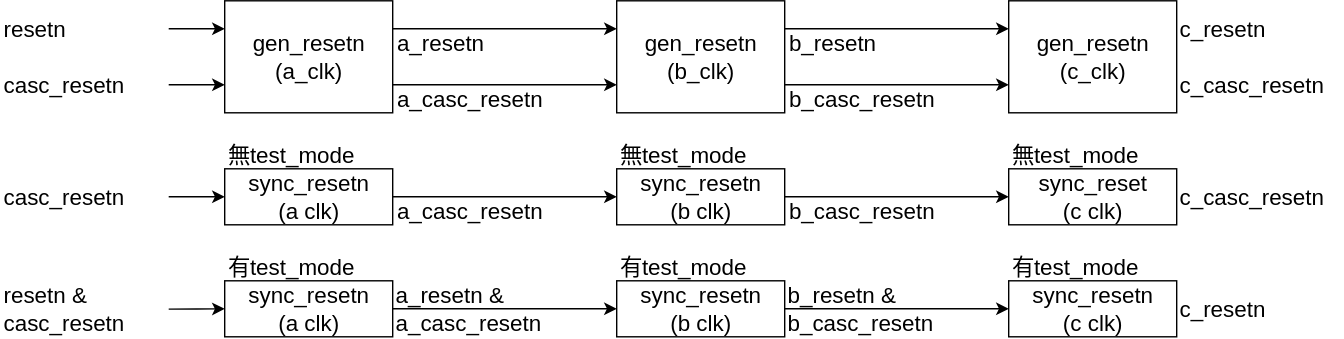
The draw.io diagram de/platform_clk_resetn_gen/sync_resetn/include/resetn_tree.svg in jnjnliwenjie0022/obs, before a commit. Source tidied: cells renumbered, new cells last; positions are measured from the earlier drawing's top-left corner, leaving out a move shared by most shapes. Source of this version:
```xml
<mxGraphModel background="#ffffff">
  <root>
    <mxCell id="0" />
    <mxCell id="1" parent="0" />
    <mxCell id="2" value="gen_resetn&lt;div&gt;(a_clk)&lt;/div&gt;" style="rounded=0;whiteSpace=wrap;html=1;fontSize=16;" parent="1" vertex="1">
      <mxGeometry x="160" width="120" height="80" as="geometry" />
    </mxCell>
    <mxCell id="3" value="gen_resetn&lt;div&gt;(b_clk)&lt;/div&gt;" style="rounded=0;whiteSpace=wrap;html=1;fontSize=16;" parent="1" vertex="1">
      <mxGeometry x="440" width="120" height="80" as="geometry" />
    </mxCell>
    <mxCell id="4" value="gen_resetn&lt;div&gt;(c_clk)&lt;/div&gt;" style="rounded=0;whiteSpace=wrap;html=1;fontSize=16;" parent="1" vertex="1">
      <mxGeometry x="720" width="120" height="80" as="geometry" />
    </mxCell>
    <mxCell id="5" value="sync_resetn&lt;div&gt;(a clk)&lt;/div&gt;" style="rounded=0;whiteSpace=wrap;html=1;fontSize=16;" parent="1" vertex="1">
      <mxGeometry x="160" y="120" width="120" height="40" as="geometry" />
    </mxCell>
    <mxCell id="6" style="edgeStyle=orthogonalEdgeStyle;rounded=0;jettySize=auto;html=1;" parent="1" edge="1" source="7">
      <mxGeometry relative="1" as="geometry">
        <mxPoint x="160" y="20" as="targetPoint" />
      </mxGeometry>
    </mxCell>
    <mxCell id="7" value="resetn" style="rounded=0;whiteSpace=wrap;html=1;fontSize=16;fillColor=none;strokeColor=none;align=left;" parent="1" vertex="1">
      <mxGeometry y="10" width="120" height="20" as="geometry" />
    </mxCell>
    <mxCell id="8" style="edgeStyle=orthogonalEdgeStyle;rounded=0;jettySize=auto;html=1;" parent="1" edge="1" source="9">
      <mxGeometry relative="1" as="geometry">
        <mxPoint x="160" y="60" as="targetPoint" />
      </mxGeometry>
    </mxCell>
    <mxCell id="9" value="casc_resetn" style="rounded=0;whiteSpace=wrap;html=1;fontSize=16;fillColor=none;strokeColor=none;align=left;" parent="1" vertex="1">
      <mxGeometry y="50" width="120" height="20" as="geometry" />
    </mxCell>
    <mxCell id="10" style="edgeStyle=orthogonalEdgeStyle;rounded=0;jettySize=auto;html=1;exitX=1;exitY=0.25;exitDx=0;exitDy=0;" parent="1" edge="1" source="2">
      <mxGeometry relative="1" as="geometry">
        <mxPoint x="440" y="20" as="targetPoint" />
      </mxGeometry>
    </mxCell>
    <mxCell id="11" style="edgeStyle=orthogonalEdgeStyle;rounded=0;jettySize=auto;html=1;exitX=1;exitY=0.75;exitDx=0;exitDy=0;" parent="1" edge="1" source="2">
      <mxGeometry relative="1" as="geometry">
        <mxPoint x="440" y="60" as="targetPoint" />
      </mxGeometry>
    </mxCell>
    <mxCell id="12" style="edgeStyle=orthogonalEdgeStyle;rounded=0;jettySize=auto;html=1;exitX=1;exitY=0.25;exitDx=0;exitDy=0;" parent="1" edge="1" source="3">
      <mxGeometry relative="1" as="geometry">
        <mxPoint x="720" y="20" as="targetPoint" />
      </mxGeometry>
    </mxCell>
    <mxCell id="13" style="edgeStyle=orthogonalEdgeStyle;rounded=0;jettySize=auto;html=1;exitX=1;exitY=0.75;exitDx=0;exitDy=0;" parent="1" edge="1" source="3">
      <mxGeometry relative="1" as="geometry">
        <mxPoint x="720" y="60" as="targetPoint" />
      </mxGeometry>
    </mxCell>
    <mxCell id="14" value="c_resetn" style="rounded=0;whiteSpace=wrap;html=1;fontSize=16;fillColor=none;strokeColor=none;align=left;" parent="1" vertex="1">
      <mxGeometry x="840" y="10" width="120" height="20" as="geometry" />
    </mxCell>
    <mxCell id="15" value="c_casc_resetn" style="rounded=0;whiteSpace=wrap;html=1;fontSize=16;fillColor=none;strokeColor=none;align=left;" parent="1" vertex="1">
      <mxGeometry x="840" y="50" width="120" height="20" as="geometry" />
    </mxCell>
    <mxCell id="16" style="edgeStyle=orthogonalEdgeStyle;rounded=0;jettySize=auto;html=1;" parent="1" edge="1" source="17">
      <mxGeometry relative="1" as="geometry">
        <mxPoint x="160" y="140" as="targetPoint" />
      </mxGeometry>
    </mxCell>
    <mxCell id="17" value="casc_resetn" style="rounded=0;whiteSpace=wrap;html=1;fontSize=16;fillColor=none;strokeColor=none;align=left;" parent="1" vertex="1">
      <mxGeometry y="130" width="120" height="20" as="geometry" />
    </mxCell>
    <mxCell id="18" value="無test_mode" style="rounded=0;whiteSpace=wrap;html=1;fontSize=16;fillColor=none;strokeColor=none;align=left;" parent="1" vertex="1">
      <mxGeometry x="160" y="100" width="120" height="20" as="geometry" />
    </mxCell>
    <mxCell id="19" value="sync_resetn&lt;div&gt;(b clk)&lt;/div&gt;" style="rounded=0;whiteSpace=wrap;html=1;fontSize=16;" parent="1" vertex="1">
      <mxGeometry x="440" y="120" width="120" height="40" as="geometry" />
    </mxCell>
    <mxCell id="20" style="edgeStyle=orthogonalEdgeStyle;rounded=0;jettySize=auto;html=1;exitX=1;exitY=0.5;exitDx=0;exitDy=0;" parent="1" edge="1" source="5">
      <mxGeometry relative="1" as="geometry">
        <mxPoint x="440" y="140" as="targetPoint" />
      </mxGeometry>
    </mxCell>
    <mxCell id="21" value="無test_mode" style="rounded=0;whiteSpace=wrap;html=1;fontSize=16;fillColor=none;strokeColor=none;align=left;" parent="1" vertex="1">
      <mxGeometry x="440" y="100" width="120" height="20" as="geometry" />
    </mxCell>
    <mxCell id="22" value="sync_reset&lt;div&gt;(c clk)&lt;/div&gt;" style="rounded=0;whiteSpace=wrap;html=1;fontSize=16;" parent="1" vertex="1">
      <mxGeometry x="720" y="120" width="120" height="40" as="geometry" />
    </mxCell>
    <mxCell id="23" style="edgeStyle=orthogonalEdgeStyle;rounded=0;jettySize=auto;html=1;exitX=1;exitY=0.5;exitDx=0;exitDy=0;" parent="1" edge="1" source="19">
      <mxGeometry relative="1" as="geometry">
        <mxPoint x="720" y="140" as="targetPoint" />
      </mxGeometry>
    </mxCell>
    <mxCell id="24" value="無test_mode" style="rounded=0;whiteSpace=wrap;html=1;fontSize=16;fillColor=none;strokeColor=none;align=left;" parent="1" vertex="1">
      <mxGeometry x="720" y="100" width="120" height="20" as="geometry" />
    </mxCell>
    <mxCell id="25" value="c_casc_resetn" style="rounded=0;whiteSpace=wrap;html=1;fontSize=16;fillColor=none;strokeColor=none;align=left;" parent="1" vertex="1">
      <mxGeometry x="840" y="130" width="120" height="20" as="geometry" />
    </mxCell>
    <mxCell id="26" style="edgeStyle=orthogonalEdgeStyle;rounded=0;jettySize=auto;html=1;exitX=0;exitY=0.5;exitDx=0;exitDy=0;entryX=0;entryY=0.5;entryDx=0;entryDy=0;" parent="1" edge="1" target="27">
      <mxGeometry relative="1" as="geometry">
        <mxPoint x="120" y="220.2" as="sourcePoint" />
      </mxGeometry>
    </mxCell>
    <mxCell id="27" value="sync_resetn&lt;div&gt;(a clk)&lt;/div&gt;" style="rounded=0;whiteSpace=wrap;html=1;fontSize=16;" parent="1" vertex="1">
      <mxGeometry x="160" y="200" width="120" height="40" as="geometry" />
    </mxCell>
    <mxCell id="28" value="有test_mode" style="rounded=0;whiteSpace=wrap;html=1;fontSize=16;fillColor=none;strokeColor=none;align=left;" parent="1" vertex="1">
      <mxGeometry x="160" y="180" width="120" height="20" as="geometry" />
    </mxCell>
    <mxCell id="29" value="a_resetn" style="rounded=0;whiteSpace=wrap;html=1;fontSize=16;fillColor=none;strokeColor=none;align=left;" parent="1" vertex="1">
      <mxGeometry x="280.5" y="20" width="120" height="20" as="geometry" />
    </mxCell>
    <mxCell id="30" value="a_casc_resetn" style="rounded=0;whiteSpace=wrap;html=1;fontSize=16;fillColor=none;strokeColor=none;align=left;" parent="1" vertex="1">
      <mxGeometry x="280.5" y="60" width="120" height="20" as="geometry" />
    </mxCell>
    <mxCell id="31" value="b_casc_resetn" style="rounded=0;whiteSpace=wrap;html=1;fontSize=16;fillColor=none;strokeColor=none;align=left;" parent="1" vertex="1">
      <mxGeometry x="560.5" y="60" width="120" height="20" as="geometry" />
    </mxCell>
    <mxCell id="32" value="b_resetn" style="rounded=0;whiteSpace=wrap;html=1;fontSize=16;fillColor=none;strokeColor=none;align=left;" parent="1" vertex="1">
      <mxGeometry x="560.5" y="20" width="120" height="20" as="geometry" />
    </mxCell>
    <mxCell id="33" value="b_casc_resetn" style="rounded=0;whiteSpace=wrap;html=1;fontSize=16;fillColor=none;strokeColor=none;align=left;" parent="1" vertex="1">
      <mxGeometry x="560.5" y="140" width="120" height="20" as="geometry" />
    </mxCell>
    <mxCell id="34" value="a_casc_resetn" style="rounded=0;whiteSpace=wrap;html=1;fontSize=16;fillColor=none;strokeColor=none;align=left;" parent="1" vertex="1">
      <mxGeometry x="280.5" y="140" width="120" height="20" as="geometry" />
    </mxCell>
    <mxCell id="35" value="casc_resetn" style="rounded=0;whiteSpace=wrap;html=1;fontSize=16;fillColor=none;strokeColor=none;align=left;" parent="1" vertex="1">
      <mxGeometry y="220" width="120" height="20" as="geometry" />
    </mxCell>
    <mxCell id="36" value="resetn &amp;amp;" style="rounded=0;whiteSpace=wrap;html=1;fontSize=16;fillColor=none;strokeColor=none;align=left;" parent="1" vertex="1">
      <mxGeometry y="200" width="120" height="20" as="geometry" />
    </mxCell>
    <mxCell id="37" style="edgeStyle=orthogonalEdgeStyle;rounded=0;jettySize=auto;html=1;exitX=1;exitY=0.5;exitDx=0;exitDy=0;entryX=0;entryY=0.5;entryDx=0;entryDy=0;" parent="1" edge="1" source="27" target="38">
      <mxGeometry relative="1" as="geometry" />
    </mxCell>
    <mxCell id="38" value="sync_resetn&lt;div&gt;(b clk)&lt;/div&gt;" style="rounded=0;whiteSpace=wrap;html=1;fontSize=16;" parent="1" vertex="1">
      <mxGeometry x="440" y="200" width="120" height="40" as="geometry" />
    </mxCell>
    <mxCell id="39" value="有test_mode" style="rounded=0;whiteSpace=wrap;html=1;fontSize=16;fillColor=none;strokeColor=none;align=left;" parent="1" vertex="1">
      <mxGeometry x="440" y="180" width="120" height="20" as="geometry" />
    </mxCell>
    <mxCell id="40" style="edgeStyle=orthogonalEdgeStyle;rounded=0;jettySize=auto;html=1;exitX=1;exitY=0.5;exitDx=0;exitDy=0;entryX=0;entryY=0.5;entryDx=0;entryDy=0;" parent="1" edge="1" source="38" target="41">
      <mxGeometry relative="1" as="geometry" />
    </mxCell>
    <mxCell id="41" value="sync_resetn&lt;div&gt;(c clk)&lt;/div&gt;" style="rounded=0;whiteSpace=wrap;html=1;fontSize=16;" parent="1" vertex="1">
      <mxGeometry x="720" y="200" width="120" height="40" as="geometry" />
    </mxCell>
    <mxCell id="42" value="有test_mode" style="rounded=0;whiteSpace=wrap;html=1;fontSize=16;fillColor=none;strokeColor=none;align=left;" parent="1" vertex="1">
      <mxGeometry x="720" y="180" width="120" height="20" as="geometry" />
    </mxCell>
    <mxCell id="43" value="&lt;span style=&quot;background-color: transparent; color: light-dark(rgb(0, 0, 0), rgb(255, 255, 255));&quot;&gt;a_resetn &amp;amp;&lt;/span&gt;" style="rounded=0;whiteSpace=wrap;html=1;fontSize=16;fillColor=none;strokeColor=none;align=left;" parent="1" vertex="1">
      <mxGeometry x="280" y="200" width="120" height="20" as="geometry" />
    </mxCell>
    <mxCell id="44" value="a_casc_resetn" style="rounded=0;whiteSpace=wrap;html=1;fontSize=16;fillColor=none;strokeColor=none;align=left;" parent="1" vertex="1">
      <mxGeometry x="280" y="220" width="120" height="20" as="geometry" />
    </mxCell>
    <mxCell id="45" value="b_resetn &amp;amp;" style="rounded=0;whiteSpace=wrap;html=1;fontSize=16;fillColor=none;strokeColor=none;align=left;" parent="1" vertex="1">
      <mxGeometry x="560" y="200" width="120" height="20" as="geometry" />
    </mxCell>
    <mxCell id="46" value="b_casc_resetn" style="rounded=0;whiteSpace=wrap;html=1;fontSize=16;fillColor=none;strokeColor=none;align=left;" parent="1" vertex="1">
      <mxGeometry x="560" y="220" width="120" height="20" as="geometry" />
    </mxCell>
    <mxCell id="47" value="c_resetn" style="rounded=0;whiteSpace=wrap;html=1;fontSize=16;fillColor=none;strokeColor=none;align=left;" parent="1" vertex="1">
      <mxGeometry x="840" y="210" width="120" height="20" as="geometry" />
    </mxCell>
  </root>
</mxGraphModel>
```
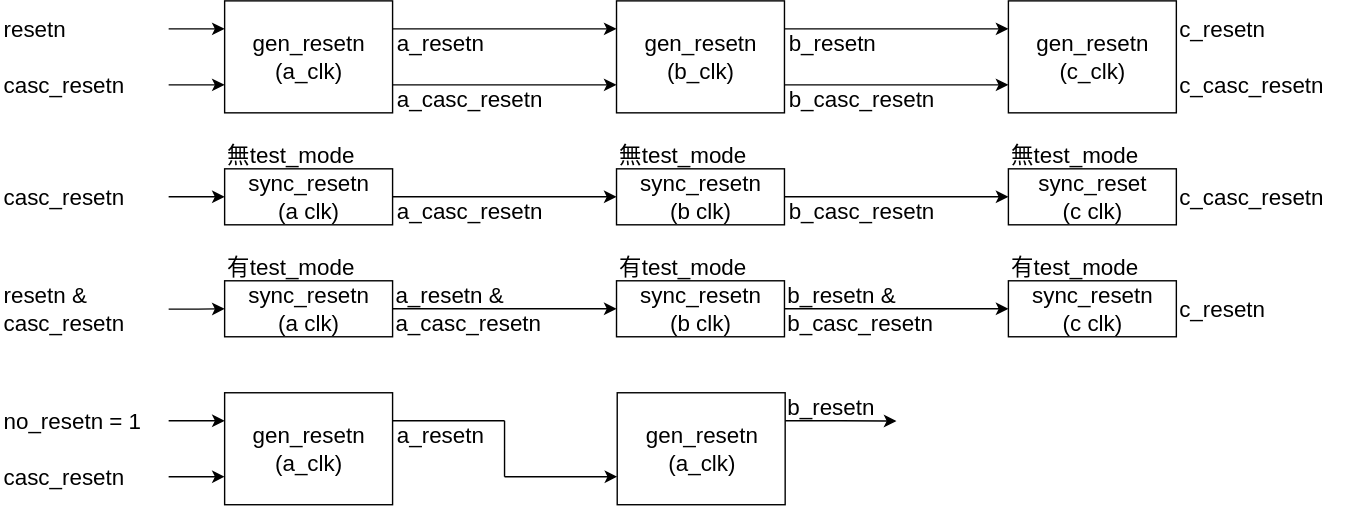
Above is the later version.

The edit, as a diff of the source:
```diff
@@ -160,5 +160,54 @@
     <mxCell id="47" value="c_resetn" style="rounded=0;whiteSpace=wrap;html=1;fontSize=16;fillColor=none;strokeColor=none;align=left;" parent="1" vertex="1">
       <mxGeometry x="840" y="210" width="120" height="20" as="geometry" />
     </mxCell>
+    <mxCell id="48" value="gen_resetn&lt;div&gt;(a_clk)&lt;/div&gt;" style="rounded=0;whiteSpace=wrap;html=1;fontSize=16;" parent="1" vertex="1">
+      <mxGeometry x="160" y="280" width="120" height="80" as="geometry" />
+    </mxCell>
+    <mxCell id="49" style="edgeStyle=orthogonalEdgeStyle;rounded=0;jettySize=auto;html=1;" parent="1" edge="1" source="50">
+      <mxGeometry relative="1" as="geometry">
+        <mxPoint x="160" y="300" as="targetPoint" />
+      </mxGeometry>
+    </mxCell>
+    <mxCell id="50" value="no_resetn = 1" style="rounded=0;whiteSpace=wrap;html=1;fontSize=16;fillColor=none;strokeColor=none;align=left;" parent="1" vertex="1">
+      <mxGeometry y="290" width="120" height="20" as="geometry" />
+    </mxCell>
+    <mxCell id="51" style="edgeStyle=orthogonalEdgeStyle;rounded=0;jettySize=auto;html=1;" parent="1" edge="1" source="52">
+      <mxGeometry relative="1" as="geometry">
+        <mxPoint x="160" y="340" as="targetPoint" />
+      </mxGeometry>
+    </mxCell>
+    <mxCell id="52" value="casc_resetn" style="rounded=0;whiteSpace=wrap;html=1;fontSize=16;fillColor=none;strokeColor=none;align=left;" parent="1" vertex="1">
+      <mxGeometry y="330" width="120" height="20" as="geometry" />
+    </mxCell>
+    <mxCell id="53" style="edgeStyle=orthogonalEdgeStyle;rounded=0;jettySize=auto;html=1;exitX=1;exitY=0.25;exitDx=0;exitDy=0;endArrow=none;endFill=0;" parent="1" edge="1" source="48">
+      <mxGeometry relative="1" as="geometry">
+        <mxPoint x="360" y="300" as="targetPoint" />
+      </mxGeometry>
+    </mxCell>
+    <mxCell id="54" value="a_resetn" style="rounded=0;whiteSpace=wrap;html=1;fontSize=16;fillColor=none;strokeColor=none;align=left;" parent="1" vertex="1">
+      <mxGeometry x="280.5" y="300" width="69.5" height="20" as="geometry" />
+    </mxCell>
+    <mxCell id="55" style="edgeStyle=orthogonalEdgeStyle;rounded=0;jettySize=auto;html=1;exitX=1;exitY=0.25;exitDx=0;exitDy=0;" parent="1" edge="1" source="56">
+      <mxGeometry relative="1" as="geometry">
+        <mxPoint x="640" y="300.2" as="targetPoint" />
+      </mxGeometry>
+    </mxCell>
+    <mxCell id="56" value="gen_resetn&lt;div&gt;(a_clk)&lt;/div&gt;" style="rounded=0;whiteSpace=wrap;html=1;fontSize=16;" parent="1" vertex="1">
+      <mxGeometry x="440.5" y="280" width="120" height="80" as="geometry" />
+    </mxCell>
+    <mxCell id="57" style="edgeStyle=orthogonalEdgeStyle;rounded=0;jettySize=auto;html=1;entryX=0;entryY=0.75;entryDx=0;entryDy=0;" parent="1" edge="1" target="56">
+      <mxGeometry relative="1" as="geometry">
+        <mxPoint x="360" y="340" as="sourcePoint" />
+      </mxGeometry>
+    </mxCell>
+    <mxCell id="58" style="edgeStyle=orthogonalEdgeStyle;rounded=0;orthogonalLoop=1;jettySize=auto;html=1;entryX=0.888;entryY=0.616;entryDx=0;entryDy=0;entryPerimeter=0;endArrow=none;endFill=0;" parent="1" edge="1">
+      <mxGeometry relative="1" as="geometry">
+        <mxPoint x="360" y="300" as="sourcePoint" />
+        <mxPoint x="360" y="340" as="targetPoint" />
+      </mxGeometry>
+    </mxCell>
+    <mxCell id="59" value="b_resetn" style="rounded=0;whiteSpace=wrap;html=1;fontSize=16;fillColor=none;strokeColor=none;align=left;" parent="1" vertex="1">
+      <mxGeometry x="560" y="280" width="120" height="20" as="geometry" />
+    </mxCell>
   </root>
 </mxGraphModel>
```
